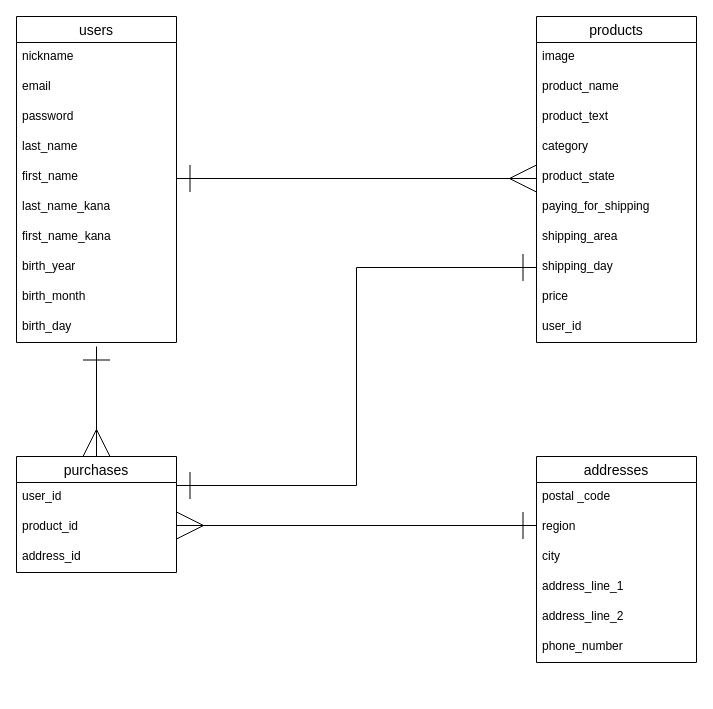
The draw.io diagram er.dio in satoko123/furima-31962, before the edit. Source tidied: cells renumbered, new cells numbered last; positions are measured from the earlier drawing's top-left corner, leaving out a move shared by most shapes. Both pictures are drawn from the tidied source at 100%, with x=0, y=0 at pixel (16, 16).
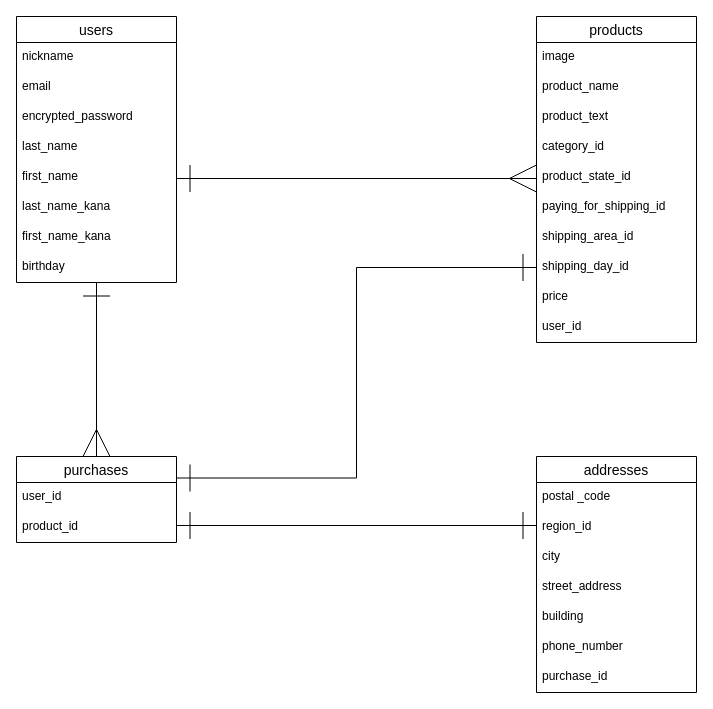
After the change.

The change refers to these unchanged cells:
```xml
<mxCell id="9" value="products" style="swimlane;fontStyle=0;horizontal=1;startSize=26;align=center;fontSize=14;" parent="1" vertex="1">
  <mxGeometry x="520" width="160" height="326" as="geometry" />
</mxCell>
```

The edit, as a diff of the source:
```diff
@@
     <mxCell id="2" value="addresses" style="swimlane;fontStyle=0;horizontal=1;startSize=26;align=center;fontSize=14;" parent="1" vertex="1">
-      <mxGeometry x="520" y="440" width="160" height="206" as="geometry" />
+      <mxGeometry x="520" y="440" width="160" height="236" as="geometry" />
     </mxCell>
@@
-    <mxCell id="4" value="region" style="text;strokeColor=none;fillColor=none;spacingLeft=4;spacingRight=4;overflow=hidden;fontSize=12;" parent="2" vertex="1">
+    <mxCell id="4" value="region_id" style="text;strokeColor=none;fillColor=none;spacingLeft=4;spacingRight=4;overflow=hidden;fontSize=12;" parent="2" vertex="1">
       <mxGeometry y="56" width="160" height="30" as="geometry" />
     </mxCell>
@@
-    <mxCell id="6" value="address_line_1" style="text;strokeColor=none;fillColor=none;spacingLeft=4;spacingRight=4;overflow=hidden;fontSize=12;" parent="2" vertex="1">
+    <mxCell id="6" value="street_address" style="text;strokeColor=none;fillColor=none;spacingLeft=4;spacingRight=4;overflow=hidden;fontSize=12;" parent="2" vertex="1">
       <mxGeometry y="116" width="160" height="30" as="geometry" />
     </mxCell>
-    <mxCell id="7" value="address_line_2" style="text;strokeColor=none;fillColor=none;spacingLeft=4;spacingRight=4;overflow=hidden;fontSize=12;" parent="2" vertex="1">
+    <mxCell id="7" value="building" style="text;strokeColor=none;fillColor=none;spacingLeft=4;spacingRight=4;overflow=hidden;fontSize=12;" parent="2" vertex="1">
       <mxGeometry y="146" width="160" height="30" as="geometry" />
     </mxCell>
+    <mxCell id="39" value="phone_number" style="text;strokeColor=none;fillColor=none;spacingLeft=4;spacingRight=4;overflow=hidden;fontSize=12;" parent="2" vertex="1">
+      <mxGeometry y="176" width="160" height="30" as="geometry" />
+    </mxCell>
-    <mxCell id="8" value="phone_number" style="text;strokeColor=none;fillColor=none;spacingLeft=4;spacingRight=4;overflow=hidden;fontSize=12;" parent="2" vertex="1">
-      <mxGeometry y="176" width="160" height="30" as="geometry" />
+    <mxCell id="8" value="purchase_id" style="text;strokeColor=none;fillColor=none;spacingLeft=4;spacingRight=4;overflow=hidden;fontSize=12;" parent="2" vertex="1">
+      <mxGeometry y="206" width="160" height="30" as="geometry" />
     </mxCell>
@@
-    <mxCell id="13" value="category" style="text;strokeColor=none;fillColor=none;spacingLeft=4;spacingRight=4;overflow=hidden;fontSize=12;" parent="9" vertex="1">
+    <mxCell id="13" value="category_id" style="text;strokeColor=none;fillColor=none;spacingLeft=4;spacingRight=4;overflow=hidden;fontSize=12;" parent="9" vertex="1">
       <mxGeometry y="116" width="160" height="30" as="geometry" />
     </mxCell>
-    <mxCell id="14" value="product_state" style="text;strokeColor=none;fillColor=none;spacingLeft=4;spacingRight=4;overflow=hidden;fontSize=12;" parent="9" vertex="1">
+    <mxCell id="14" value="product_state_id" style="text;strokeColor=none;fillColor=none;spacingLeft=4;spacingRight=4;overflow=hidden;fontSize=12;" parent="9" vertex="1">
       <mxGeometry y="146" width="160" height="30" as="geometry" />
     </mxCell>
-    <mxCell id="15" value="paying_for_shipping" style="text;strokeColor=none;fillColor=none;spacingLeft=4;spacingRight=4;overflow=hidden;fontSize=12;" parent="9" vertex="1">
+    <mxCell id="15" value="paying_for_shipping_id" style="text;strokeColor=none;fillColor=none;spacingLeft=4;spacingRight=4;overflow=hidden;fontSize=12;" parent="9" vertex="1">
       <mxGeometry y="176" width="160" height="30" as="geometry" />
     </mxCell>
-    <mxCell id="16" value="shipping_area" style="text;strokeColor=none;fillColor=none;spacingLeft=4;spacingRight=4;overflow=hidden;fontSize=12;" parent="9" vertex="1">
+    <mxCell id="16" value="shipping_area_id" style="text;strokeColor=none;fillColor=none;spacingLeft=4;spacingRight=4;overflow=hidden;fontSize=12;" parent="9" vertex="1">
       <mxGeometry y="206" width="160" height="30" as="geometry" />
     </mxCell>
-    <mxCell id="17" value="shipping_day" style="text;strokeColor=none;fillColor=none;spacingLeft=4;spacingRight=4;overflow=hidden;points=[[0,0.5],[1,0.5]];portConstraint=eastwest;fontSize=12;" parent="9" vertex="1">
+    <mxCell id="17" value="shipping_day_id" style="text;strokeColor=none;fillColor=none;spacingLeft=4;spacingRight=4;overflow=hidden;points=[[0,0.5],[1,0.5]];portConstraint=eastwest;fontSize=12;" parent="9" vertex="1">
       <mxGeometry y="236" width="160" height="30" as="geometry" />
     </mxCell>
@@
-    <mxCell id="21" style="edgeStyle=orthogonalEdgeStyle;rounded=0;jettySize=auto;html=1;exitX=0.5;exitY=0;exitDx=0;exitDy=0;startArrow=ERmany;startFill=0;startSize=25;endArrow=ERone;endFill=0;endSize=25;targetPerimeterSpacing=0;strokeWidth=1;" parent="1" edge="1" source="22">
-      <mxGeometry relative="1" as="geometry">
-        <mxPoint x="80" y="330" as="targetPoint" />
-      </mxGeometry>
+    <mxCell id="21" style="edgeStyle=orthogonalEdgeStyle;rounded=0;jettySize=auto;html=1;exitX=0.5;exitY=0;exitDx=0;exitDy=0;startArrow=ERmany;startFill=0;startSize=25;endArrow=ERone;endFill=0;endSize=25;targetPerimeterSpacing=0;strokeWidth=1;entryX=0.5;entryY=1;entryDx=0;entryDy=0;" parent="1" edge="1" source="22" target="26">
+      <mxGeometry relative="1" as="geometry" />
     </mxCell>
     <mxCell id="22" value="purchases" style="swimlane;fontStyle=0;horizontal=1;startSize=26;align=center;fontSize=14;" parent="1" vertex="1">
-      <mxGeometry y="440" width="160" height="116" as="geometry" />
+      <mxGeometry y="440" width="160" height="86" as="geometry" />
     </mxCell>
@@
-    <mxCell id="25" value="address_id" style="text;strokeColor=none;fillColor=none;spacingLeft=4;spacingRight=4;overflow=hidden;fontSize=12;" parent="22" vertex="1">
-      <mxGeometry y="86" width="160" height="30" as="geometry" />
-    </mxCell>
     <mxCell id="26" value="users" style="swimlane;fontStyle=0;horizontal=1;startSize=26;align=center;fontSize=14;" parent="1" vertex="1">
-      <mxGeometry width="160" height="326" as="geometry" />
+      <mxGeometry width="160" height="266" as="geometry" />
     </mxCell>
@@
-    <mxCell id="29" value="password" style="text;strokeColor=none;fillColor=none;spacingLeft=4;spacingRight=4;overflow=hidden;fontSize=12;" parent="26" vertex="1">
+    <mxCell id="29" value="encrypted_password" style="text;strokeColor=none;fillColor=none;spacingLeft=4;spacingRight=4;overflow=hidden;fontSize=12;" parent="26" vertex="1">
       <mxGeometry y="86" width="160" height="30" as="geometry" />
     </mxCell>
@@
-    <mxCell id="34" value="birth_year" style="text;strokeColor=none;fillColor=none;spacingLeft=4;spacingRight=4;overflow=hidden;fontSize=12;" parent="26" vertex="1">
+    <mxCell id="34" value="birthday" style="text;strokeColor=none;fillColor=none;spacingLeft=4;spacingRight=4;overflow=hidden;fontSize=12;" parent="26" vertex="1">
       <mxGeometry y="236" width="160" height="30" as="geometry" />
     </mxCell>
-    <mxCell id="35" value="birth_month" style="text;strokeColor=none;fillColor=none;spacingLeft=4;spacingRight=4;overflow=hidden;fontSize=12;" parent="26" vertex="1">
-      <mxGeometry y="266" width="160" height="30" as="geometry" />
-    </mxCell>
-    <mxCell id="36" value="birth_day" style="text;strokeColor=none;fillColor=none;spacingLeft=4;spacingRight=4;overflow=hidden;fontSize=12;" parent="26" vertex="1">
-      <mxGeometry y="296" width="160" height="30" as="geometry" />
-    </mxCell>
@@
-    <mxCell id="38" style="edgeStyle=orthogonalEdgeStyle;rounded=0;orthogonalLoop=1;jettySize=auto;html=1;exitX=1;exitY=0.5;exitDx=0;exitDy=0;entryX=0;entryY=0.5;entryDx=0;entryDy=0;startArrow=ERmany;startFill=0;startSize=25;endArrow=ERone;endFill=0;endSize=25;targetPerimeterSpacing=0;strokeWidth=1;" parent="1" edge="1">
+    <mxCell id="38" style="edgeStyle=orthogonalEdgeStyle;rounded=0;orthogonalLoop=1;jettySize=auto;html=1;exitX=1;exitY=0.5;exitDx=0;exitDy=0;entryX=0;entryY=0.5;entryDx=0;entryDy=0;startArrow=ERone;startFill=0;startSize=25;endArrow=ERone;endFill=0;endSize=25;targetPerimeterSpacing=0;strokeWidth=1;" parent="1" edge="1">
       <mxGeometry relative="1" as="geometry">
         <mxPoint x="160" y="509" as="sourcePoint" />
         <mxPoint x="520" y="509" as="targetPoint" />
       </mxGeometry>
     </mxCell>
```
